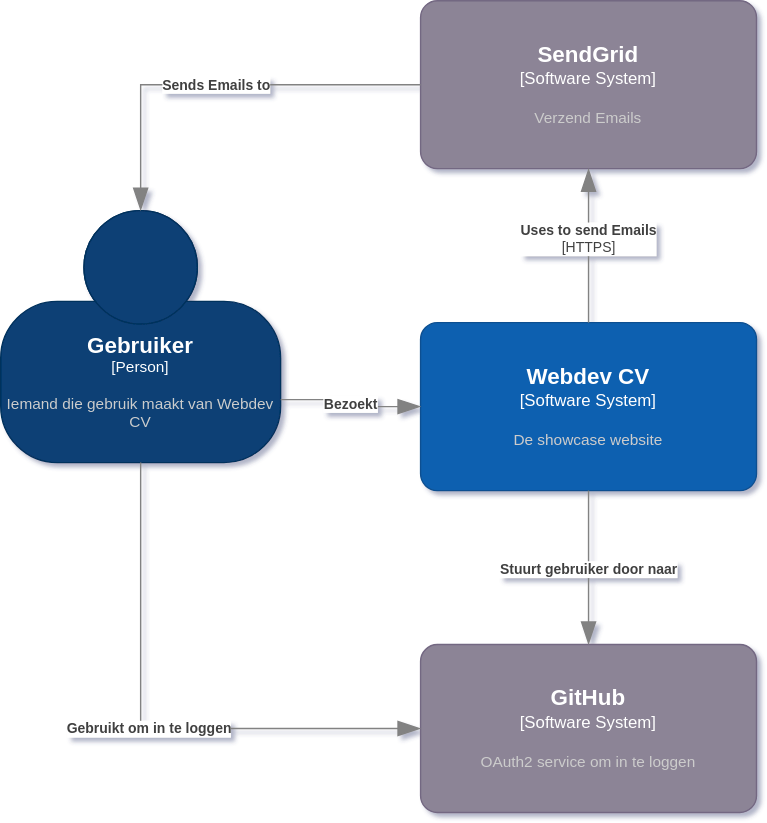
dotBeFoRE/webdev keeps this draw.io diagram as docs/images/System Context diagram.drawio.svg. Above is the earlier version. Source tidied: cells renumbered, new cells last; positions are measured from the earlier drawing's top-left corner, leaving out a move shared by most shapes. The source it was exported from:
```xml
<mxGraphModel>
  <root>
    <mxCell id="0" />
    <mxCell id="1" parent="0" />
    <object id="2" label="&lt;font style=&quot;font-size: 16px&quot;&gt;&lt;b&gt;%c4Name%&lt;/b&gt;&lt;/font&gt;&lt;div&gt;[%c4Type%]&lt;/div&gt;&lt;br&gt;&lt;div&gt;&lt;font style=&quot;font-size: 11px&quot;&gt;&lt;font color=&quot;#cccccc&quot;&gt;%c4Description%&lt;/font&gt;&lt;/div&gt;" c4Description="Iemand die gebruik maakt van Webdev CV" c4Name="Gebruiker" c4Type="Person" placeholders="1">
      <mxCell style="html=1;fontSize=11;dashed=0;whiteSpace=wrap;fillColor=#083F75;strokeColor=#06315C;fontColor=#ffffff;shape=mxgraph.c4.person2;align=center;points=[[0.5,0,0],[1,0.5,0],[1,0.75,0],[0.75,1,0],[0.5,1,0],[0.25,1,0],[0,0.75,0],[0,0.5,0]];" parent="1" vertex="1">
        <mxGeometry y="150" width="200" height="180" as="geometry" />
      </mxCell>
    </object>
    <object id="3" label="&lt;font style=&quot;font-size: 16px&quot;&gt;&lt;b&gt;%c4Name%&lt;/b&gt;&lt;/font&gt;&lt;div&gt;[%c4Type%]&lt;/div&gt;&lt;br&gt;&lt;div&gt;&lt;font style=&quot;font-size: 11px&quot;&gt;&lt;font color=&quot;#cccccc&quot;&gt;%c4Description%&lt;/font&gt;&lt;/div&gt;" c4Description="De showcase website" c4Name="Webdev CV" c4Type="Software System" placeholders="1">
      <mxCell style="rounded=1;whiteSpace=wrap;html=1;labelBackgroundColor=none;fillColor=#1061B0;fontColor=#ffffff;align=center;arcSize=10;strokeColor=#0D5091;points=[[0.25,0,0],[0.5,0,0],[0.75,0,0],[1,0.25,0],[1,0.5,0],[1,0.75,0],[0.75,1,0],[0.5,1,0],[0.25,1,0],[0,0.75,0],[0,0.5,0],[0,0.25,0]];" parent="1" vertex="1">
        <mxGeometry x="300" y="230" width="240" height="120" as="geometry" />
      </mxCell>
    </object>
    <object id="4" label="&lt;div style=&quot;text-align: left&quot;&gt;&lt;div style=&quot;text-align: center&quot;&gt;&lt;b&gt;%c4Description%&lt;/b&gt;&lt;/div&gt;" c4Description="Bezoekt" c4Type="Relationship" placeholders="1">
      <mxCell style="endArrow=blockThin;html=1;fontSize=10;fontColor=#404040;strokeWidth=1;endFill=1;strokeColor=#828282;elbow=vertical;endSize=14;startSize=14;jumpStyle=arc;jumpSize=16;rounded=0;edgeStyle=orthogonalEdgeStyle;exitX=1;exitY=0.75;exitDx=0;exitDy=0;exitPerimeter=0;entryX=0;entryY=0.5;entryDx=0;entryDy=0;entryPerimeter=0;" parent="1" edge="1" source="2" target="3">
        <mxGeometry relative="1" as="geometry" />
      </mxCell>
    </object>
    <object id="5" label="&lt;font style=&quot;font-size: 16px&quot;&gt;&lt;b&gt;%c4Name%&lt;/b&gt;&lt;/font&gt;&lt;div&gt;[%c4Type%]&lt;/div&gt;&lt;br&gt;&lt;div&gt;&lt;font style=&quot;font-size: 11px&quot;&gt;&lt;font color=&quot;#cccccc&quot;&gt;%c4Description%&lt;/font&gt;&lt;/div&gt;" c4Description="Verzend Emails" c4Name="SendGrid" c4Type="Software System" placeholders="1">
      <mxCell style="rounded=1;whiteSpace=wrap;html=1;labelBackgroundColor=none;fillColor=#8C8496;fontColor=#ffffff;align=center;arcSize=10;strokeColor=#736782;points=[[0.25,0,0],[0.5,0,0],[0.75,0,0],[1,0.25,0],[1,0.5,0],[1,0.75,0],[0.75,1,0],[0.5,1,0],[0.25,1,0],[0,0.75,0],[0,0.5,0],[0,0.25,0]];" parent="1" vertex="1">
        <mxGeometry x="300" width="240" height="120" as="geometry" />
      </mxCell>
    </object>
    <object id="6" label="&lt;div style=&quot;text-align: left&quot;&gt;&lt;div style=&quot;text-align: center&quot;&gt;&lt;b&gt;%c4Description%&lt;/b&gt;&lt;/div&gt;" c4Description="Sends Emails to" c4Type="Relationship" placeholders="1">
      <mxCell style="endArrow=blockThin;html=1;fontSize=10;fontColor=#404040;strokeWidth=1;endFill=1;strokeColor=#828282;elbow=vertical;endSize=14;startSize=14;jumpStyle=arc;jumpSize=16;rounded=0;edgeStyle=orthogonalEdgeStyle;exitX=0;exitY=0.5;exitDx=0;exitDy=0;exitPerimeter=0;entryX=0.5;entryY=0;entryDx=0;entryDy=0;entryPerimeter=0;" parent="1" edge="1" source="5" target="2">
        <mxGeometry relative="1" as="geometry" />
      </mxCell>
    </object>
    <object id="7" label="&lt;div style=&quot;text-align: left&quot;&gt;&lt;div style=&quot;text-align: center&quot;&gt;&lt;b&gt;%c4Description%&lt;/b&gt;&lt;/div&gt;&lt;div style=&quot;text-align: center&quot;&gt;[%c4Technology%]&lt;/div&gt;&lt;/div&gt;" c4Description="Uses to send Emails" c4Technology="HTTPS" c4Type="Relationship" placeholders="1">
      <mxCell style="endArrow=blockThin;html=1;fontSize=10;fontColor=#404040;strokeWidth=1;endFill=1;strokeColor=#828282;elbow=vertical;endSize=14;startSize=14;jumpStyle=arc;jumpSize=16;rounded=0;edgeStyle=orthogonalEdgeStyle;exitX=0.5;exitY=0;exitDx=0;exitDy=0;exitPerimeter=0;entryX=0.5;entryY=1;entryDx=0;entryDy=0;entryPerimeter=0;" parent="1" edge="1" source="3" target="5">
        <mxGeometry x="0.09" relative="1" as="geometry" />
      </mxCell>
    </object>
    <object id="8" label="&lt;font style=&quot;font-size: 16px&quot;&gt;&lt;b&gt;%c4Name%&lt;/b&gt;&lt;/font&gt;&lt;div&gt;[%c4Type%]&lt;/div&gt;&lt;br&gt;&lt;div&gt;&lt;font style=&quot;font-size: 11px&quot;&gt;&lt;font color=&quot;#cccccc&quot;&gt;%c4Description%&lt;/font&gt;&lt;/div&gt;" c4Description="OAuth2 service om in te loggen" c4Name="GitHub" c4Type="Software System" placeholders="1">
      <mxCell style="rounded=1;whiteSpace=wrap;html=1;labelBackgroundColor=none;fillColor=#8C8496;fontColor=#ffffff;align=center;arcSize=10;strokeColor=#736782;points=[[0.25,0,0],[0.5,0,0],[0.75,0,0],[1,0.25,0],[1,0.5,0],[1,0.75,0],[0.75,1,0],[0.5,1,0],[0.25,1,0],[0,0.75,0],[0,0.5,0],[0,0.25,0]];" parent="1" vertex="1">
        <mxGeometry x="300" y="460" width="240" height="120" as="geometry" />
      </mxCell>
    </object>
    <object id="9" label="&lt;div style=&quot;text-align: left&quot;&gt;&lt;div style=&quot;text-align: center&quot;&gt;&lt;b&gt;%c4Description%&lt;/b&gt;&lt;/div&gt;" c4Description="Stuurt gebruiker door naar" c4Type="Relationship" placeholders="1">
      <mxCell style="endArrow=blockThin;html=1;fontSize=10;fontColor=#404040;strokeWidth=1;endFill=1;strokeColor=#828282;elbow=vertical;endSize=14;startSize=14;jumpStyle=arc;jumpSize=16;rounded=0;edgeStyle=orthogonalEdgeStyle;exitX=0.5;exitY=1;exitDx=0;exitDy=0;exitPerimeter=0;entryX=0.5;entryY=0;entryDx=0;entryDy=0;entryPerimeter=0;" parent="1" edge="1" source="3" target="8">
        <mxGeometry relative="1" as="geometry" />
      </mxCell>
    </object>
    <object id="10" label="&lt;div style=&quot;text-align: left&quot;&gt;&lt;div style=&quot;text-align: center&quot;&gt;&lt;b&gt;%c4Description%&lt;/b&gt;&lt;/div&gt;" c4Description="Gebruikt om in te loggen" c4Type="Relationship" placeholders="1">
      <mxCell style="endArrow=blockThin;html=1;fontSize=10;fontColor=#404040;strokeWidth=1;endFill=1;strokeColor=#828282;elbow=vertical;endSize=14;startSize=14;jumpStyle=arc;jumpSize=16;rounded=0;edgeStyle=orthogonalEdgeStyle;exitX=0.5;exitY=1;exitDx=0;exitDy=0;exitPerimeter=0;entryX=0;entryY=0.5;entryDx=0;entryDy=0;entryPerimeter=0;" parent="1" edge="1" source="2" target="8">
        <mxGeometry relative="1" as="geometry" />
      </mxCell>
    </object>
  </root>
</mxGraphModel>
```
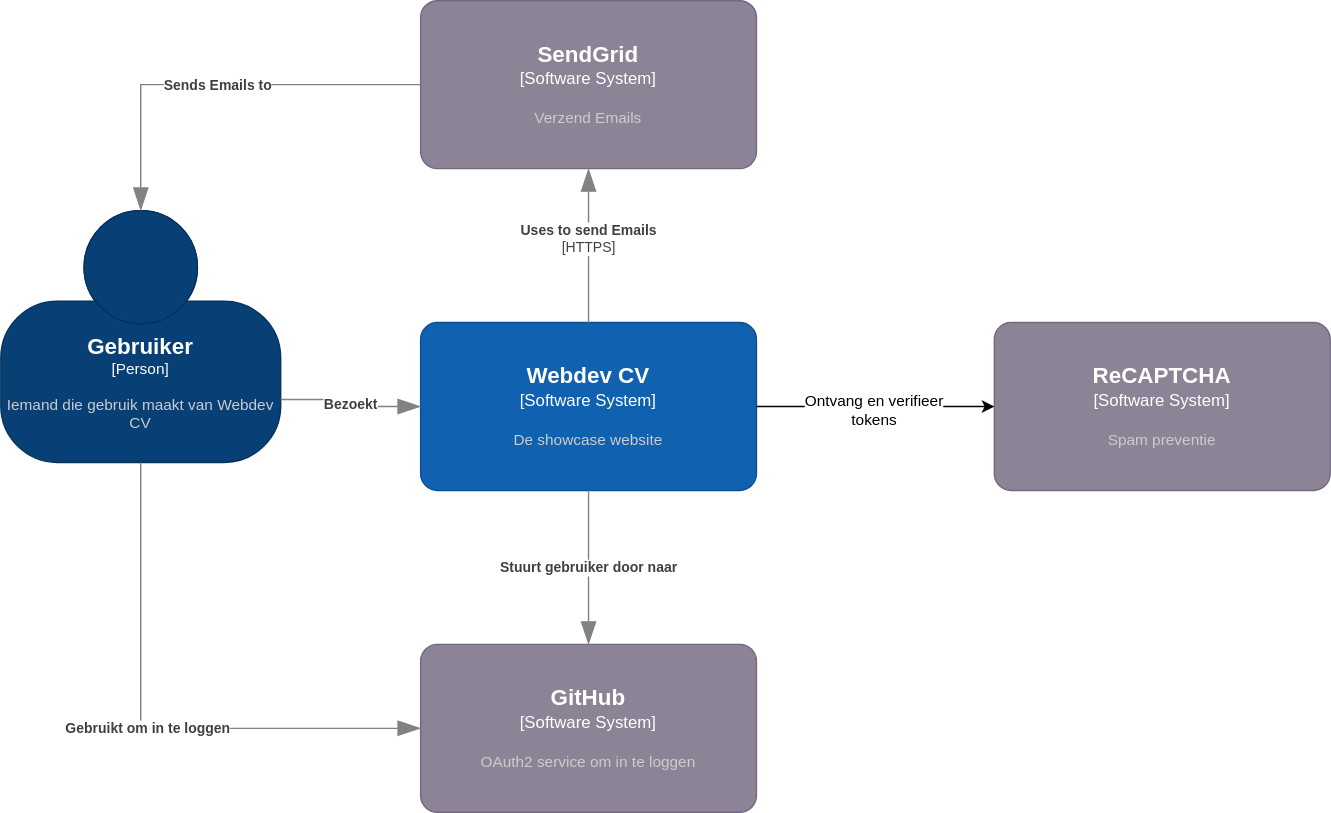
Above is the later version.

What changed in the source:
```diff
@@ -47,5 +47,16 @@
         <mxGeometry relative="1" as="geometry" />
       </mxCell>
     </object>
+    <object id="11" label="&lt;font style=&quot;font-size: 16px&quot;&gt;&lt;b&gt;%c4Name%&lt;/b&gt;&lt;/font&gt;&lt;div&gt;[%c4Type%]&lt;/div&gt;&lt;br&gt;&lt;div&gt;&lt;font style=&quot;font-size: 11px&quot;&gt;&lt;font color=&quot;#cccccc&quot;&gt;%c4Description%&lt;/font&gt;&lt;/div&gt;" c4Description="Spam preventie" c4Name="ReCAPTCHA" c4Type="Software System" placeholders="1">
+      <mxCell style="rounded=1;whiteSpace=wrap;html=1;labelBackgroundColor=none;fillColor=#8C8496;fontColor=#ffffff;align=center;arcSize=10;strokeColor=#736782;points=[[0.25,0,0],[0.5,0,0],[0.75,0,0],[1,0.25,0],[1,0.5,0],[1,0.75,0],[0.75,1,0],[0.5,1,0],[0.25,1,0],[0,0.75,0],[0,0.5,0],[0,0.25,0]];" parent="1" vertex="1">
+        <mxGeometry x="710" y="230" width="240" height="120" as="geometry" />
+      </mxCell>
+    </object>
+    <mxCell id="12" style="edgeStyle=orthogonalEdgeStyle;rounded=0;jettySize=auto;html=1;entryX=0;entryY=0.5;entryDx=0;entryDy=0;entryPerimeter=0;" parent="1" edge="1" source="3" target="11">
+      <mxGeometry relative="1" as="geometry" />
+    </mxCell>
+    <mxCell id="13" value="Ontvang en verifieer&lt;br&gt;tokens" style="edgeLabel;html=1;align=center;verticalAlign=middle;" parent="12" vertex="1">
+      <mxGeometry x="-0.03" y="-2" relative="1" as="geometry" />
+    </mxCell>
   </root>
 </mxGraphModel>
```
